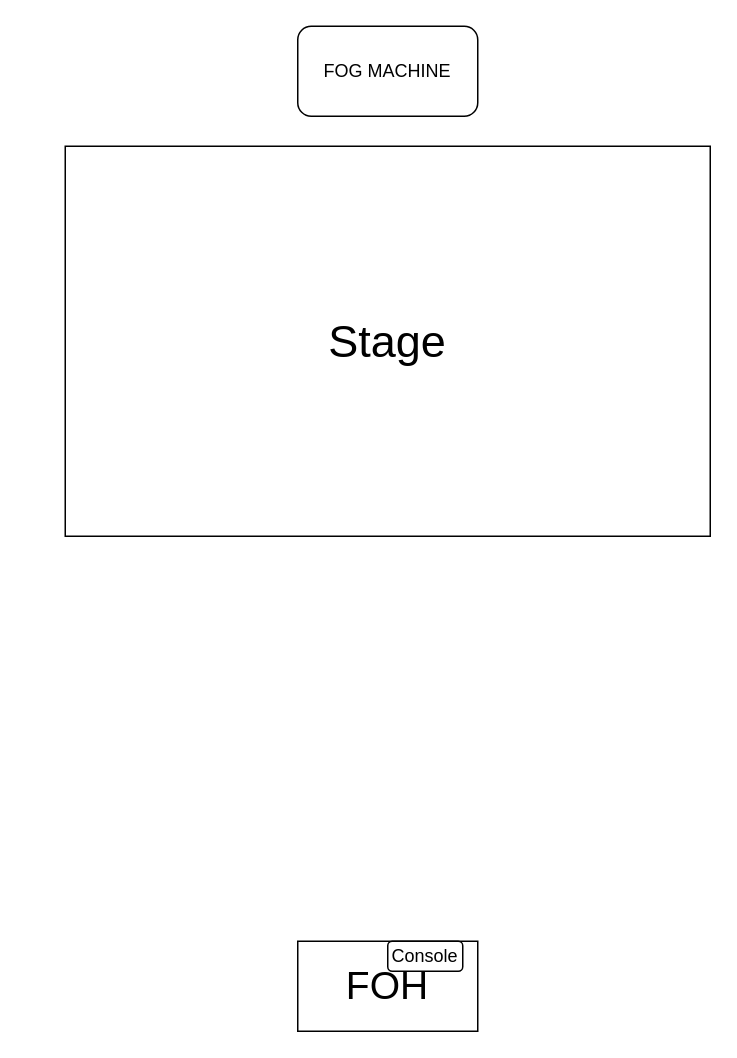
The draw.io diagram DMX_Lights.drawio in DefeatedWarrior/SilverBullet, before the edit. Source tidied: cells renumbered, new cells numbered last; positions are measured from the earlier drawing's top-left corner, leaving out a move shared by most shapes. Both pictures are drawn from the tidied source at 150%, with x=0, y=0 at pixel (64, 26).
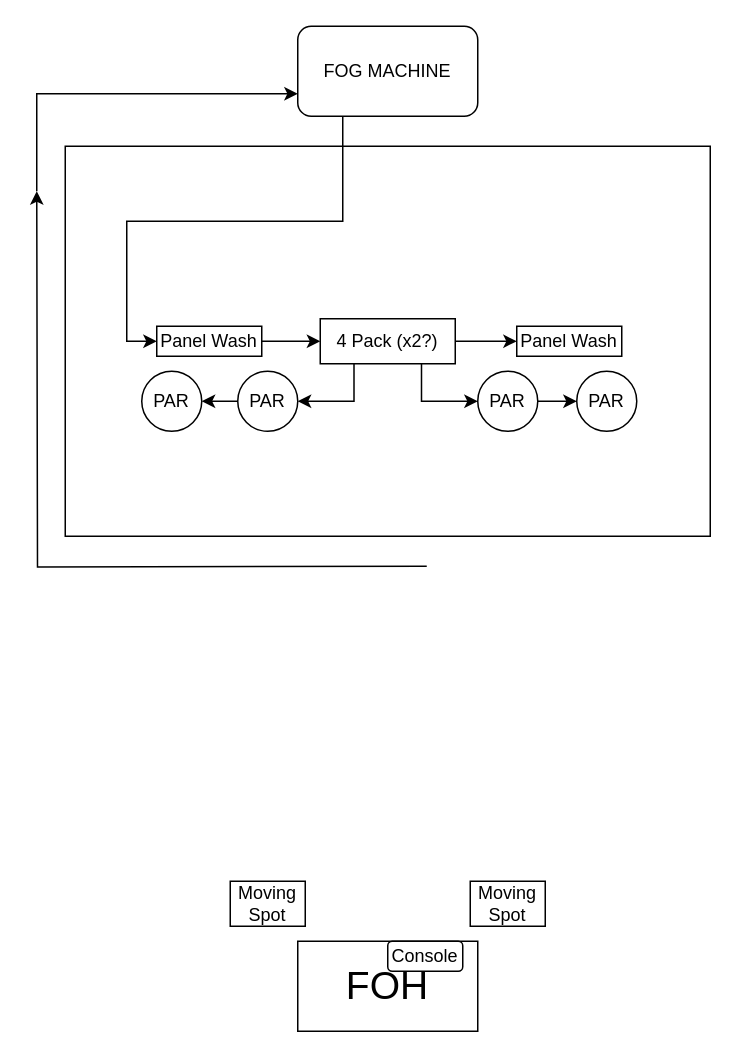
Above is the later version.

The change refers to these unchanged cells:
```xml
<mxCell id="2" value="FOG MACHINE" style="rounded=1;whiteSpace=wrap;html=1;" parent="1" vertex="1">
  <mxGeometry x="155" width="120" height="60" as="geometry" />
</mxCell>
```

Diff of the diagram source:
```diff
@@
+    <mxCell id="3" style="rounded=0;whiteSpace=wrap;html=1;" parent="1" vertex="1">
+      <mxGeometry y="80" width="430" height="260" as="geometry" />
+    </mxCell>
+    <mxCell id="6" style="edgeStyle=orthogonalEdgeStyle;rounded=0;jettySize=auto;html=1;exitX=0.25;exitY=1;exitDx=0;exitDy=0;entryX=0;entryY=0.5;entryDx=0;entryDy=0;shadow=0;flowAnimation=1;" parent="1" edge="1" source="2" target="10">
+      <mxGeometry relative="1" as="geometry" />
+    </mxCell>
@@
-    <mxCell id="3" value="&lt;font style=&quot;font-size: 30px;&quot;&gt;Stage&lt;/font&gt;" style="rounded=0;whiteSpace=wrap;html=1;" parent="1" vertex="1">
-      <mxGeometry y="80" width="430" height="260" as="geometry" />
-    </mxCell>
@@
+    <mxCell id="7" style="edgeStyle=orthogonalEdgeStyle;rounded=0;orthogonalLoop=1;jettySize=auto;html=1;flowAnimation=1;" parent="1" edge="1">
+      <mxGeometry relative="1" as="geometry">
+        <mxPoint x="241" y="360" as="sourcePoint" />
+        <mxPoint x="-19" y="110" as="targetPoint" />
+      </mxGeometry>
+    </mxCell>
@@
+    <mxCell id="8" style="edgeStyle=none;jettySize=auto;html=1;rounded=0;entryX=0;entryY=0.75;entryDx=0;entryDy=0;flowAnimation=1;" parent="1" edge="1" target="2">
+      <mxGeometry relative="1" as="geometry">
+        <mxPoint x="-19" y="110" as="sourcePoint" />
+        <Array as="points">
+          <mxPoint x="-19" y="45" />
+        </Array>
+      </mxGeometry>
+    </mxCell>
+    <mxCell id="9" style="edgeStyle=orthogonalEdgeStyle;rounded=0;jettySize=auto;html=1;exitX=1;exitY=0.5;exitDx=0;exitDy=0;entryX=0;entryY=0.5;entryDx=0;entryDy=0;flowAnimation=1;" parent="1" edge="1" source="10" target="15">
+      <mxGeometry relative="1" as="geometry" />
+    </mxCell>
+    <mxCell id="10" value="Panel Wash" style="rounded=0;whiteSpace=wrap;html=1;" parent="1" vertex="1">
+      <mxGeometry x="61" y="200" width="70" height="20" as="geometry" />
+    </mxCell>
+    <mxCell id="11" value="Panel Wash" style="rounded=0;whiteSpace=wrap;html=1;" parent="1" vertex="1">
+      <mxGeometry x="301" y="200" width="70" height="20" as="geometry" />
+    </mxCell>
+    <mxCell id="12" style="edgeStyle=orthogonalEdgeStyle;rounded=0;jettySize=auto;html=1;exitX=1;exitY=0.5;exitDx=0;exitDy=0;entryX=0;entryY=0.5;entryDx=0;entryDy=0;flowAnimation=1;" parent="1" edge="1" source="15" target="11">
+      <mxGeometry relative="1" as="geometry" />
+    </mxCell>
+    <mxCell id="13" style="edgeStyle=orthogonalEdgeStyle;rounded=0;jettySize=auto;html=1;exitX=0.25;exitY=1;exitDx=0;exitDy=0;entryX=1;entryY=0.5;entryDx=0;entryDy=0;" parent="1" edge="1" source="15" target="17">
+      <mxGeometry relative="1" as="geometry" />
+    </mxCell>
+    <mxCell id="14" style="edgeStyle=orthogonalEdgeStyle;rounded=0;jettySize=auto;html=1;exitX=0.75;exitY=1;exitDx=0;exitDy=0;entryX=0;entryY=0.5;entryDx=0;entryDy=0;" parent="1" edge="1" source="15" target="19">
+      <mxGeometry relative="1" as="geometry" />
+    </mxCell>
+    <mxCell id="15" value="4 Pack (x2?)" style="rounded=0;whiteSpace=wrap;html=1;" parent="1" vertex="1">
+      <mxGeometry x="170" y="195" width="90" height="30" as="geometry" />
+    </mxCell>
+    <mxCell id="16" style="edgeStyle=orthogonalEdgeStyle;rounded=0;jettySize=auto;html=1;exitX=0;exitY=0.5;exitDx=0;exitDy=0;entryX=1;entryY=0.5;entryDx=0;entryDy=0;" parent="1" edge="1" source="17" target="21">
+      <mxGeometry relative="1" as="geometry" />
+    </mxCell>
+    <mxCell id="17" value="PAR" style="ellipse;whiteSpace=wrap;html=1;" parent="1" vertex="1">
+      <mxGeometry x="115" y="230" width="40" height="40" as="geometry" />
+    </mxCell>
+    <mxCell id="18" style="edgeStyle=orthogonalEdgeStyle;rounded=0;jettySize=auto;html=1;exitX=1;exitY=0.5;exitDx=0;exitDy=0;entryX=0;entryY=0.5;entryDx=0;entryDy=0;" parent="1" edge="1" source="19" target="20">
+      <mxGeometry relative="1" as="geometry" />
+    </mxCell>
+    <mxCell id="19" value="PAR" style="ellipse;whiteSpace=wrap;html=1;" parent="1" vertex="1">
+      <mxGeometry x="275" y="230" width="40" height="40" as="geometry" />
+    </mxCell>
+    <mxCell id="20" value="PAR" style="ellipse;whiteSpace=wrap;html=1;" parent="1" vertex="1">
+      <mxGeometry x="341" y="230" width="40" height="40" as="geometry" />
+    </mxCell>
+    <mxCell id="21" value="PAR" style="ellipse;whiteSpace=wrap;html=1;" parent="1" vertex="1">
+      <mxGeometry x="51" y="230" width="40" height="40" as="geometry" />
+    </mxCell>
+    <mxCell id="22" value="Moving Spot" style="rounded=0;whiteSpace=wrap;html=1;" parent="1" vertex="1">
+      <mxGeometry x="270" y="570" width="50" height="30" as="geometry" />
+    </mxCell>
+    <mxCell id="23" value="Moving Spot" style="rounded=0;whiteSpace=wrap;html=1;" parent="1" vertex="1">
+      <mxGeometry x="110" y="570" width="50" height="30" as="geometry" />
+    </mxCell>
```
